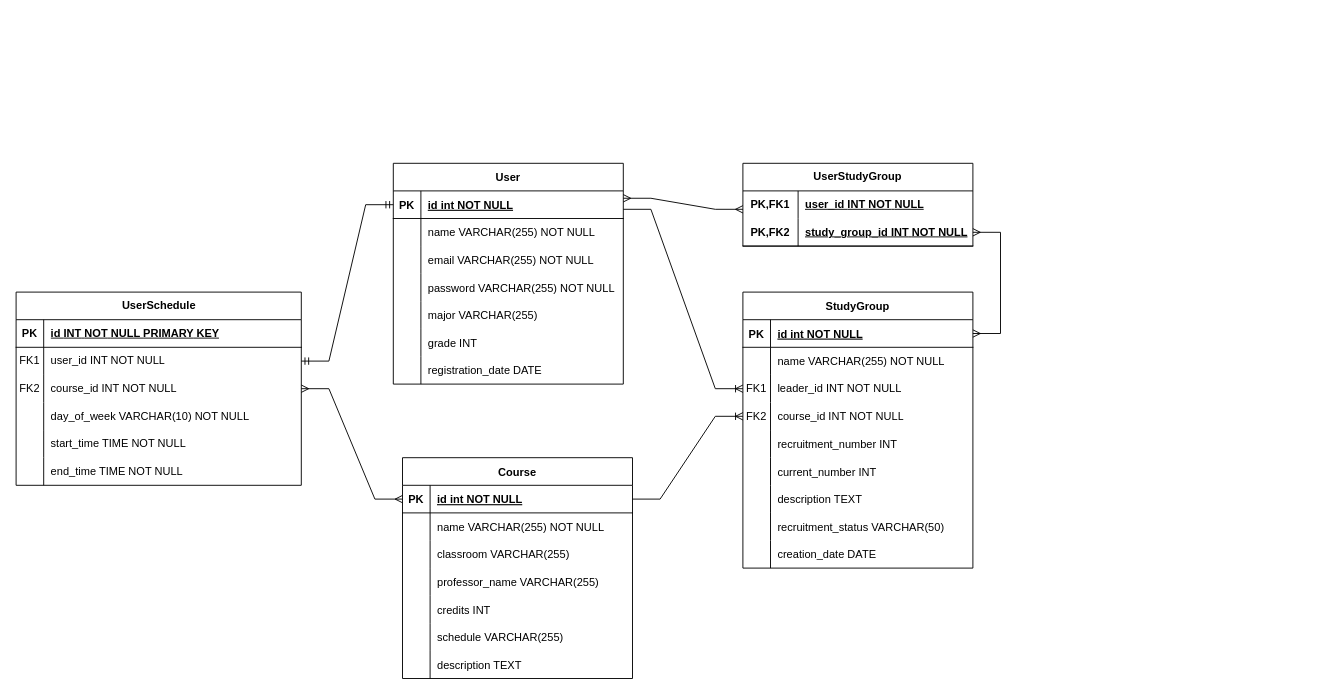
ittnw39/StudyThing keeps this draw.io diagram as demo/제목 없는 다이어그램.drawio. Above is the earlier version. Source tidied: cells renumbered, new cells numbered last; positions are measured from the earlier drawing's top-left corner, leaving out a move shared by most shapes. Both pictures are drawn from the tidied source at 92%, with x=0, y=0 at pixel (16, 163).
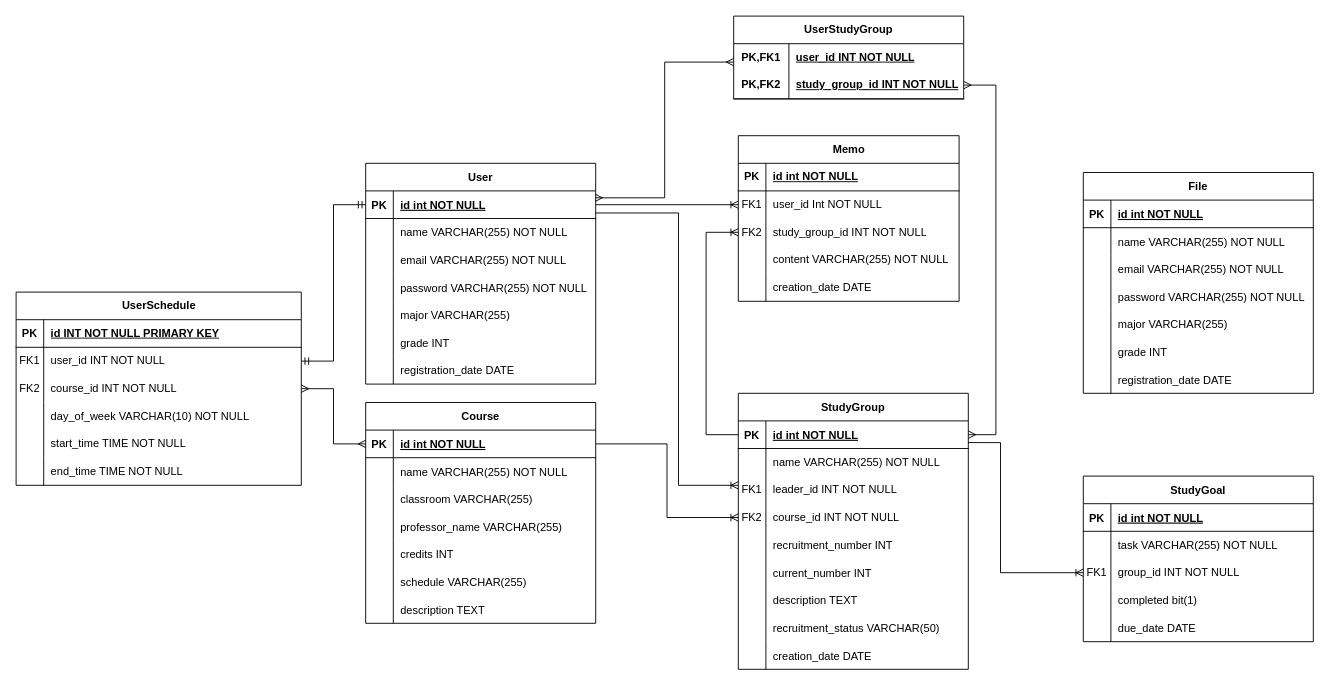
Above is the later version.

Commit message (it also covers changes not shown here):
제목 없는 다이어그램.drawio 업데이트

Unchanged cells that the change refers to:
```xml
<mxCell id="3" style="shape=partialRectangle;fillColor=none;points=[[0,0.5],[1,0.5]];portConstraint=eastwest;top=0;left=0;right=0;bottom=1;" parent="2" vertex="1">
  <mxGeometry y="30" width="250" height="30" as="geometry" />
</mxCell>
<mxCell id="25" style="shape=partialRectangle;fillColor=none;points=[[0,0.5],[1,0.5]];portConstraint=eastwest;top=0;left=0;right=0;bottom=1;" parent="24" vertex="1">
  <mxGeometry y="30" width="250" height="30" as="geometry" />
</mxCell>
<mxCell id="31" style="shape=tableRow;horizontal=0;startSize=0;swimlaneHead=0;swimlaneBody=0;fillColor=none;points=[[0,0.5],[1,0.5]];portConstraint=eastwest;top=0;left=0;right=0;bottom=0;" parent="24" vertex="1">
  <mxGeometry y="90" width="250" height="30" as="geometry" />
</mxCell>
<mxCell id="34" style="shape=tableRow;horizontal=0;startSize=0;swimlaneHead=0;swimlaneBody=0;fillColor=none;points=[[0,0.5],[1,0.5]];portConstraint=eastwest;top=0;left=0;right=0;bottom=0;" parent="24" vertex="1">
  <mxGeometry y="120" width="250" height="30" as="geometry" />
</mxCell>
<mxCell id="53" style="shape=partialRectangle;fillColor=none;points=[[0,0.5],[1,0.5]];portConstraint=eastwest;top=0;left=0;right=0;bottom=1;" parent="52" vertex="1">
  <mxGeometry y="30" width="250" height="30" as="geometry" />
</mxCell>
<mxCell id="78" style="shape=tableRow;horizontal=0;startSize=0;swimlaneHead=0;swimlaneBody=0;fillColor=none;points=[[0,0.5],[1,0.5]];portConstraint=eastwest;top=0;left=0;right=0;bottom=0;" parent="74" vertex="1">
  <mxGeometry y="60" width="310" height="30" as="geometry" />
</mxCell>
<mxCell id="81" style="shape=tableRow;horizontal=0;startSize=0;swimlaneHead=0;swimlaneBody=0;fillColor=none;points=[[0,0.5],[1,0.5]];portConstraint=eastwest;top=0;left=0;right=0;bottom=0;" parent="74" vertex="1">
  <mxGeometry y="90" width="310" height="30" as="geometry" />
</mxCell>
<mxCell id="94" style="shape=tableRow;horizontal=0;startSize=0;swimlaneHead=0;swimlaneBody=0;fillColor=none;points=[[0,0.5],[1,0.5]];portConstraint=eastwest;top=0;left=0;right=0;bottom=0;html=1;" parent="93" vertex="1">
  <mxGeometry y="30" width="250" height="30" as="geometry" />
</mxCell>
<mxCell id="97" style="shape=tableRow;horizontal=0;startSize=0;swimlaneHead=0;swimlaneBody=0;fillColor=none;points=[[0,0.5],[1,0.5]];portConstraint=eastwest;top=0;left=0;right=0;bottom=1;html=1;" parent="93" vertex="1">
  <mxGeometry y="60" width="250" height="30" as="geometry" />
</mxCell>
```

Diff of the diagram source:
```diff
@@
     <mxCell id="2" value="Course " style="shape=table;startSize=30;childLayout=tableLayout;rowLines=0;fontStyle=1;align=center;" parent="1" vertex="1">
-      <mxGeometry x="420" y="320" width="250" height="240" as="geometry" />
+      <mxGeometry x="380" y="260" width="250" height="240" as="geometry" />
     </mxCell>
@@
     <mxCell id="24" value="StudyGroup " style="shape=table;startSize=30;childLayout=tableLayout;rowLines=0;fontStyle=1;align=center;" parent="1" vertex="1">
-      <mxGeometry x="790" y="140" width="250" height="300" as="geometry" />
+      <mxGeometry x="785" y="250" width="250" height="300" as="geometry" />
     </mxCell>
@@
     <mxCell id="52" value="User" style="shape=table;startSize=30;childLayout=tableLayout;rowLines=0;fontStyle=1;align=center;" parent="1" vertex="1">
-      <mxGeometry x="410" width="250" height="240" as="geometry" />
+      <mxGeometry x="380" width="250" height="240" as="geometry" />
     </mxCell>
@@
     <mxCell id="93" value="UserStudyGroup " style="shape=table;startSize=30;childLayout=tableLayout;rowLines=0;fontStyle=1;align=center;html=1;whiteSpace=wrap;" parent="1" vertex="1">
-      <mxGeometry x="790" width="250" height="90" as="geometry" />
+      <mxGeometry x="780" y="-160" width="250" height="90" as="geometry" />
     </mxCell>
@@
-    <mxCell id="100" style="edgeStyle=entityRelationEdgeStyle;fontSize=12;html=1;endArrow=ERmandOne;startArrow=ERmandOne;rounded=0;" parent="1" edge="1" source="78" target="53">
+    <mxCell id="100" style="edgeStyle=orthogonalEdgeStyle;fontSize=12;html=1;endArrow=ERmandOne;startArrow=ERmandOne;rounded=0;" parent="1" edge="1" source="78" target="53">
       <mxGeometry relative="1" as="geometry" />
     </mxCell>
-    <mxCell id="101" style="edgeStyle=entityRelationEdgeStyle;fontSize=12;html=1;endArrow=ERmany;startArrow=ERmany;rounded=0;" parent="1" edge="1" source="81" target="3">
+    <mxCell id="101" style="fontSize=12;html=1;endArrow=ERmany;startArrow=ERmany;rounded=0;edgeStyle=orthogonalEdgeStyle;" parent="1" edge="1" source="81" target="3">
       <mxGeometry relative="1" as="geometry" />
     </mxCell>
-    <mxCell id="102" style="edgeStyle=entityRelationEdgeStyle;fontSize=12;html=1;endArrow=ERmany;startArrow=ERmany;rounded=0;entryX=0;entryY=0.667;entryDx=0;entryDy=0;entryPerimeter=0;" parent="1" edge="1" target="94">
-      <mxGeometry relative="1" as="geometry">
-        <mxPoint x="660" y="38" as="sourcePoint" />
-      </mxGeometry>
+    <mxCell id="102" style="edgeStyle=orthogonalEdgeStyle;fontSize=12;html=1;endArrow=ERmany;startArrow=ERmany;rounded=0;entryX=0;entryY=0.667;entryDx=0;entryDy=0;entryPerimeter=0;exitX=0.997;exitY=0.251;exitDx=0;exitDy=0;exitPerimeter=0;" parent="1" edge="1" source="53" target="94">
+      <mxGeometry relative="1" as="geometry" />
     </mxCell>
-    <mxCell id="103" style="edgeStyle=entityRelationEdgeStyle;fontSize=12;html=1;endArrow=ERmany;startArrow=ERmany;rounded=0;" parent="1" edge="1" source="25" target="97">
-      <mxGeometry relative="1" as="geometry" />
+    <mxCell id="103" style="edgeStyle=entityRelationEdgeStyle;fontSize=12;html=1;endArrow=ERmany;startArrow=ERmany;rounded=0;entryX=1;entryY=0.5;entryDx=0;entryDy=0;" parent="1" edge="1" source="25" target="97">
+      <mxGeometry relative="1" as="geometry">
+        <Array as="points">
+          <mxPoint x="910" y="375" />
+          <mxPoint x="1160" y="145" />
+        </Array>
+      </mxGeometry>
     </mxCell>
-    <mxCell id="104" style="edgeStyle=entityRelationEdgeStyle;fontSize=12;html=1;endArrow=ERoneToMany;rounded=0;" parent="1" edge="1" source="3" target="34">
+    <mxCell id="104" style="edgeStyle=orthogonalEdgeStyle;fontSize=12;html=1;endArrow=ERoneToMany;rounded=0;" parent="1" edge="1" source="3" target="34">
       <mxGeometry relative="1" as="geometry" />
     </mxCell>
-    <mxCell id="105" style="edgeStyle=entityRelationEdgeStyle;fontSize=12;html=1;endArrow=ERoneToMany;rounded=0;" parent="1" edge="1" target="31">
+    <mxCell id="105" style="edgeStyle=orthogonalEdgeStyle;fontSize=12;html=1;endArrow=ERoneToMany;rounded=0;" parent="1" edge="1" target="31">
       <mxGeometry relative="1" as="geometry">
-        <mxPoint x="660" y="50" as="sourcePoint" />
+        <mxPoint x="630" y="54" as="sourcePoint" />
+        <Array as="points">
+          <mxPoint x="720" y="54" />
+          <mxPoint x="720" y="350" />
+        </Array>
       </mxGeometry>
     </mxCell>
+    <mxCell id="106" value="Memo" style="shape=table;startSize=30;childLayout=tableLayout;rowLines=0;fontStyle=1;align=center;html=1;" parent="1" vertex="1">
+      <mxGeometry x="785" y="-30" width="240" height="180" as="geometry" />
+    </mxCell>
+    <mxCell id="107" style="shape=tableRow;horizontal=0;startSize=0;swimlaneHead=0;swimlaneBody=0;fillColor=none;top=0;left=0;right=0;bottom=1;" parent="106" vertex="1">
+      <mxGeometry y="30" width="240" height="30" as="geometry" />
+    </mxCell>
+    <mxCell id="108" value="PK" style="shape=partialRectangle;fillColor=none;top=0;left=0;bottom=0;right=0;fontStyle=1;overflow=hidden;whiteSpace=wrap;html=1;" parent="107" vertex="1">
+      <mxGeometry width="30" height="30" as="geometry" />
+    </mxCell>
+    <mxCell id="109" value="&lt;span style=&quot;text-wrap: nowrap;&quot;&gt;id int NOT NULL&lt;/span&gt;" style="shape=partialRectangle;fillColor=none;top=0;left=0;bottom=0;right=0;align=left;spacingLeft=6;fontStyle=5;overflow=hidden;whiteSpace=wrap;html=1;" parent="107" vertex="1">
+      <mxGeometry x="30" width="210" height="30" as="geometry" />
+    </mxCell>
+    <mxCell id="110" style="shape=tableRow;horizontal=0;startSize=0;swimlaneHead=0;swimlaneBody=0;fillColor=none;points=[[0,0.5],[1,0.5]];portConstraint=eastwest;top=0;left=0;right=0;bottom=0;" parent="106" vertex="1">
+      <mxGeometry y="60" width="240" height="30" as="geometry" />
+    </mxCell>
+    <mxCell id="111" value="FK1" style="shape=partialRectangle;fillColor=none;top=0;left=0;bottom=0;right=0;fontStyle=0;overflow=hidden;whiteSpace=wrap;html=1;" parent="110" vertex="1">
+      <mxGeometry width="30" height="30" as="geometry" />
+    </mxCell>
+    <mxCell id="112" value="user_id Int NOT NULL" style="shape=partialRectangle;fillColor=none;top=0;left=0;bottom=0;right=0;align=left;spacingLeft=6;fontStyle=0;overflow=hidden;whiteSpace=wrap;html=1;" parent="110" vertex="1">
+      <mxGeometry x="30" width="210" height="30" as="geometry" />
+    </mxCell>
+    <mxCell id="113" style="shape=tableRow;horizontal=0;startSize=0;swimlaneHead=0;swimlaneBody=0;fillColor=none;points=[[0,0.5],[1,0.5]];portConstraint=eastwest;top=0;left=0;right=0;bottom=0;" parent="106" vertex="1">
+      <mxGeometry y="90" width="240" height="30" as="geometry" />
+    </mxCell>
+    <mxCell id="114" value="FK2" style="shape=partialRectangle;fillColor=none;top=0;left=0;bottom=0;right=0;fontStyle=0;overflow=hidden;whiteSpace=wrap;html=1;" parent="113" vertex="1">
+      <mxGeometry width="30" height="30" as="geometry" />
+    </mxCell>
+    <mxCell id="115" value="study_group_id&amp;nbsp;&lt;span style=&quot;&quot; class=&quot;hljs-type&quot;&gt;INT&lt;/span&gt;&amp;nbsp;&lt;span style=&quot;&quot; class=&quot;hljs-keyword&quot;&gt;NOT&lt;/span&gt;&amp;nbsp;&lt;span style=&quot;&quot; class=&quot;hljs-keyword&quot;&gt;NULL&lt;/span&gt;" style="shape=partialRectangle;fillColor=none;top=0;left=0;bottom=0;right=0;align=left;spacingLeft=6;fontStyle=0;overflow=hidden;whiteSpace=wrap;html=1;" parent="113" vertex="1">
+      <mxGeometry x="30" width="210" height="30" as="geometry" />
+    </mxCell>
+    <mxCell id="116" style="shape=tableRow;horizontal=0;startSize=0;swimlaneHead=0;swimlaneBody=0;fillColor=none;top=0;left=0;right=0;bottom=0;" parent="106" vertex="1">
+      <mxGeometry y="120" width="240" height="30" as="geometry" />
+    </mxCell>
+    <mxCell id="117" style="shape=partialRectangle;fillColor=none;top=0;left=0;bottom=0;right=0;overflow=hidden;whiteSpace=wrap;html=1;" parent="116" vertex="1">
+      <mxGeometry width="30" height="30" as="geometry" />
+    </mxCell>
+    <mxCell id="118" value="&lt;span style=&quot;text-wrap: nowrap;&quot;&gt;content VARCHAR(255) NOT NULL&lt;/span&gt;" style="shape=partialRectangle;fillColor=none;top=0;left=0;bottom=0;right=0;align=left;spacingLeft=6;overflow=hidden;whiteSpace=wrap;html=1;" parent="116" vertex="1">
+      <mxGeometry x="30" width="210" height="30" as="geometry" />
+    </mxCell>
+    <mxCell id="119" style="shape=tableRow;horizontal=0;startSize=0;swimlaneHead=0;swimlaneBody=0;fillColor=none;top=0;left=0;right=0;bottom=0;" parent="106" vertex="1">
+      <mxGeometry y="150" width="240" height="30" as="geometry" />
+    </mxCell>
+    <mxCell id="120" style="shape=partialRectangle;fillColor=none;top=0;left=0;bottom=0;right=0;overflow=hidden;whiteSpace=wrap;html=1;" parent="119" vertex="1">
+      <mxGeometry width="30" height="30" as="geometry" />
+    </mxCell>
+    <mxCell id="121" value="&lt;span style=&quot;text-wrap: nowrap;&quot;&gt;creation_date DATE&lt;/span&gt;" style="shape=partialRectangle;fillColor=none;top=0;left=0;bottom=0;right=0;align=left;spacingLeft=6;overflow=hidden;whiteSpace=wrap;html=1;" parent="119" vertex="1">
+      <mxGeometry x="30" width="210" height="30" as="geometry" />
+    </mxCell>
+    <mxCell id="122" style="edgeStyle=orthogonalEdgeStyle;fontSize=12;html=1;endArrow=ERoneToMany;rounded=0;fontFamily=Helvetica;fontColor=default;fontStyle=0;exitX=1;exitY=0.5;exitDx=0;exitDy=0;entryX=0;entryY=0.5;entryDx=0;entryDy=0;" parent="1" edge="1" source="53" target="110">
+      <mxGeometry relative="1" as="geometry" />
+    </mxCell>
+    <mxCell id="123" style="fontSize=12;html=1;endArrow=ERoneToMany;rounded=0;fontFamily=Helvetica;fontColor=default;fontStyle=0;edgeStyle=orthogonalEdgeStyle;entryX=0;entryY=0.5;entryDx=0;entryDy=0;exitX=0;exitY=0.5;exitDx=0;exitDy=0;" parent="1" edge="1" source="25" target="113">
+      <mxGeometry relative="1" as="geometry">
+        <Array as="points">
+          <mxPoint x="750" y="295" />
+          <mxPoint x="750" y="75" />
+        </Array>
+      </mxGeometry>
+    </mxCell>
+    <mxCell id="124" value="StudyGoal" style="shape=table;startSize=30;childLayout=tableLayout;rowLines=0;fontStyle=1;align=center;" parent="1" vertex="1">
+      <mxGeometry x="1160" y="340" width="250" height="180" as="geometry" />
+    </mxCell>
+    <mxCell id="125" style="shape=partialRectangle;fillColor=none;top=0;left=0;right=0;bottom=1;" parent="124" vertex="1">
+      <mxGeometry y="30" width="250" height="30" as="geometry" />
+    </mxCell>
+    <mxCell id="126" value="PK" style="shape=partialRectangle;overflow=hidden;fillColor=none;top=0;left=0;bottom=0;right=0;fontStyle=1;" parent="125" vertex="1">
+      <mxGeometry width="30" height="30" as="geometry" />
+    </mxCell>
+    <mxCell id="127" value="id int NOT NULL" style="shape=partialRectangle;overflow=hidden;fillColor=none;top=0;left=0;bottom=0;right=0;align=left;spacingLeft=6;fontStyle=5;" parent="125" vertex="1">
+      <mxGeometry x="30" width="220" height="30" as="geometry" />
+    </mxCell>
+    <mxCell id="128" style="shape=partialRectangle;fillColor=none;top=0;left=0;right=0;bottom=0;" parent="124" vertex="1">
+      <mxGeometry y="60" width="250" height="30" as="geometry" />
+    </mxCell>
+    <mxCell id="129" style="shape=partialRectangle;overflow=hidden;fillColor=none;top=0;left=0;bottom=0;right=0;" parent="128" vertex="1">
+      <mxGeometry width="30" height="30" as="geometry" />
+    </mxCell>
+    <mxCell id="130" value="task VARCHAR(255) NOT NULL" style="shape=partialRectangle;overflow=hidden;fillColor=none;top=0;left=0;bottom=0;right=0;align=left;spacingLeft=6;" parent="128" vertex="1">
+      <mxGeometry x="30" width="220" height="30" as="geometry" />
+    </mxCell>
+    <mxCell id="131" style="shape=tableRow;horizontal=0;startSize=0;swimlaneHead=0;swimlaneBody=0;fillColor=none;points=[[0,0.5],[1,0.5]];portConstraint=eastwest;top=0;left=0;right=0;bottom=0;" parent="124" vertex="1">
+      <mxGeometry y="90" width="250" height="30" as="geometry" />
+    </mxCell>
+    <mxCell id="132" value="FK1" style="shape=partialRectangle;fillColor=none;top=0;left=0;bottom=0;right=0;fontStyle=0;overflow=hidden;whiteSpace=wrap;html=1;" parent="131" vertex="1">
+      <mxGeometry width="30" height="30" as="geometry" />
+    </mxCell>
+    <mxCell id="133" value="group_id&amp;nbsp;&lt;span class=&quot;hljs-type&quot;&gt;INT&lt;/span&gt;&amp;nbsp;&lt;span class=&quot;hljs-keyword&quot;&gt;NOT&lt;/span&gt;&amp;nbsp;&lt;span class=&quot;hljs-keyword&quot;&gt;NULL&lt;/span&gt;" style="shape=partialRectangle;fillColor=none;top=0;left=0;bottom=0;right=0;align=left;spacingLeft=6;fontStyle=0;overflow=hidden;whiteSpace=wrap;html=1;" parent="131" vertex="1">
+      <mxGeometry x="30" width="220" height="30" as="geometry" />
+    </mxCell>
+    <mxCell id="134" style="shape=tableRow;horizontal=0;startSize=0;swimlaneHead=0;swimlaneBody=0;fillColor=none;top=0;left=0;right=0;bottom=0;" parent="124" vertex="1">
+      <mxGeometry y="120" width="250" height="30" as="geometry" />
+    </mxCell>
+    <mxCell id="135" style="shape=partialRectangle;fillColor=none;top=0;left=0;bottom=0;right=0;overflow=hidden;" parent="134" vertex="1">
+      <mxGeometry width="30" height="30" as="geometry" />
+    </mxCell>
+    <mxCell id="136" value="completed bit(1)" style="shape=partialRectangle;fillColor=none;top=0;left=0;bottom=0;right=0;align=left;spacingLeft=6;overflow=hidden;" parent="134" vertex="1">
+      <mxGeometry x="30" width="220" height="30" as="geometry" />
+    </mxCell>
+    <mxCell id="137" style="shape=tableRow;horizontal=0;startSize=0;swimlaneHead=0;swimlaneBody=0;fillColor=none;top=0;left=0;right=0;bottom=0;" parent="124" vertex="1">
+      <mxGeometry y="150" width="250" height="30" as="geometry" />
+    </mxCell>
+    <mxCell id="138" style="shape=partialRectangle;fillColor=none;top=0;left=0;bottom=0;right=0;overflow=hidden;" parent="137" vertex="1">
+      <mxGeometry width="30" height="30" as="geometry" />
+    </mxCell>
+    <mxCell id="139" value="due_date DATE" style="shape=partialRectangle;fillColor=none;top=0;left=0;bottom=0;right=0;align=left;spacingLeft=6;overflow=hidden;" parent="137" vertex="1">
+      <mxGeometry x="30" width="220" height="30" as="geometry" />
+    </mxCell>
+    <mxCell id="140" style="edgeStyle=orthogonalEdgeStyle;fontSize=12;html=1;endArrow=ERoneToMany;rounded=0;fontFamily=Helvetica;fontColor=default;fontStyle=0;exitX=0.999;exitY=0.785;exitDx=0;exitDy=0;exitPerimeter=0;entryX=0;entryY=0.5;entryDx=0;entryDy=0;" parent="1" edge="1" source="25" target="131">
+      <mxGeometry relative="1" as="geometry">
+        <Array as="points">
+          <mxPoint x="1070" y="304" />
+          <mxPoint x="1070" y="445" />
+        </Array>
+      </mxGeometry>
+    </mxCell>
+    <mxCell id="141" value="File" style="shape=table;startSize=30;childLayout=tableLayout;rowLines=0;fontStyle=1;align=center;" parent="1" vertex="1">
+      <mxGeometry x="1160" y="10" width="250" height="240" as="geometry" />
+    </mxCell>
+    <mxCell id="142" style="shape=partialRectangle;fillColor=none;top=0;left=0;right=0;bottom=1;" parent="141" vertex="1">
+      <mxGeometry y="30" width="250" height="30" as="geometry" />
+    </mxCell>
+    <mxCell id="143" value="PK" style="shape=partialRectangle;overflow=hidden;fillColor=none;top=0;left=0;bottom=0;right=0;fontStyle=1;" parent="142" vertex="1">
+      <mxGeometry width="30" height="30" as="geometry" />
+    </mxCell>
+    <mxCell id="144" value="id int NOT NULL " style="shape=partialRectangle;overflow=hidden;fillColor=none;top=0;left=0;bottom=0;right=0;align=left;spacingLeft=6;fontStyle=5;" parent="142" vertex="1">
+      <mxGeometry x="30" width="220" height="30" as="geometry" />
+    </mxCell>
+    <mxCell id="145" style="shape=partialRectangle;fillColor=none;top=0;left=0;right=0;bottom=0;" parent="141" vertex="1">
+      <mxGeometry y="60" width="250" height="30" as="geometry" />
+    </mxCell>
+    <mxCell id="146" style="shape=partialRectangle;overflow=hidden;fillColor=none;top=0;left=0;bottom=0;right=0;" parent="145" vertex="1">
+      <mxGeometry width="30" height="30" as="geometry" />
+    </mxCell>
+    <mxCell id="147" value="name VARCHAR(255) NOT NULL" style="shape=partialRectangle;overflow=hidden;fillColor=none;top=0;left=0;bottom=0;right=0;align=left;spacingLeft=6;" parent="145" vertex="1">
+      <mxGeometry x="30" width="220" height="30" as="geometry" />
+    </mxCell>
+    <mxCell id="148" style="shape=tableRow;horizontal=0;startSize=0;swimlaneHead=0;swimlaneBody=0;fillColor=none;top=0;left=0;right=0;bottom=0;" parent="141" vertex="1">
+      <mxGeometry y="90" width="250" height="30" as="geometry" />
+    </mxCell>
+    <mxCell id="149" style="shape=partialRectangle;fillColor=none;top=0;left=0;bottom=0;right=0;overflow=hidden;" parent="148" vertex="1">
+      <mxGeometry width="30" height="30" as="geometry" />
+    </mxCell>
+    <mxCell id="150" value="email VARCHAR(255) NOT NULL" style="shape=partialRectangle;fillColor=none;top=0;left=0;bottom=0;right=0;align=left;spacingLeft=6;overflow=hidden;" parent="148" vertex="1">
+      <mxGeometry x="30" width="220" height="30" as="geometry" />
+    </mxCell>
+    <mxCell id="151" style="shape=tableRow;horizontal=0;startSize=0;swimlaneHead=0;swimlaneBody=0;fillColor=none;top=0;left=0;right=0;bottom=0;" parent="141" vertex="1">
+      <mxGeometry y="120" width="250" height="30" as="geometry" />
+    </mxCell>
+    <mxCell id="152" style="shape=partialRectangle;fillColor=none;top=0;left=0;bottom=0;right=0;overflow=hidden;" parent="151" vertex="1">
+      <mxGeometry width="30" height="30" as="geometry" />
+    </mxCell>
+    <mxCell id="153" value="password VARCHAR(255) NOT NULL" style="shape=partialRectangle;fillColor=none;top=0;left=0;bottom=0;right=0;align=left;spacingLeft=6;overflow=hidden;" parent="151" vertex="1">
+      <mxGeometry x="30" width="220" height="30" as="geometry" />
+    </mxCell>
+    <mxCell id="154" style="shape=tableRow;horizontal=0;startSize=0;swimlaneHead=0;swimlaneBody=0;fillColor=none;top=0;left=0;right=0;bottom=0;" parent="141" vertex="1">
+      <mxGeometry y="150" width="250" height="30" as="geometry" />
+    </mxCell>
+    <mxCell id="155" style="shape=partialRectangle;fillColor=none;top=0;left=0;bottom=0;right=0;overflow=hidden;" parent="154" vertex="1">
+      <mxGeometry width="30" height="30" as="geometry" />
+    </mxCell>
+    <mxCell id="156" value="major VARCHAR(255)" style="shape=partialRectangle;fillColor=none;top=0;left=0;bottom=0;right=0;align=left;spacingLeft=6;overflow=hidden;" parent="154" vertex="1">
+      <mxGeometry x="30" width="220" height="30" as="geometry" />
+    </mxCell>
+    <mxCell id="157" style="shape=tableRow;horizontal=0;startSize=0;swimlaneHead=0;swimlaneBody=0;fillColor=none;top=0;left=0;right=0;bottom=0;" parent="141" vertex="1">
+      <mxGeometry y="180" width="250" height="30" as="geometry" />
+    </mxCell>
+    <mxCell id="158" style="shape=partialRectangle;fillColor=none;top=0;left=0;bottom=0;right=0;overflow=hidden;" parent="157" vertex="1">
+      <mxGeometry width="30" height="30" as="geometry" />
+    </mxCell>
+    <mxCell id="159" value="grade INT" style="shape=partialRectangle;fillColor=none;top=0;left=0;bottom=0;right=0;align=left;spacingLeft=6;overflow=hidden;" parent="157" vertex="1">
+      <mxGeometry x="30" width="220" height="30" as="geometry" />
+    </mxCell>
+    <mxCell id="160" style="shape=tableRow;horizontal=0;startSize=0;swimlaneHead=0;swimlaneBody=0;fillColor=none;top=0;left=0;right=0;bottom=0;" parent="141" vertex="1">
+      <mxGeometry y="210" width="250" height="30" as="geometry" />
+    </mxCell>
+    <mxCell id="161" style="shape=partialRectangle;fillColor=none;top=0;left=0;bottom=0;right=0;overflow=hidden;" parent="160" vertex="1">
+      <mxGeometry width="30" height="30" as="geometry" />
+    </mxCell>
+    <mxCell id="162" value="registration_date DATE" style="shape=partialRectangle;fillColor=none;top=0;left=0;bottom=0;right=0;align=left;spacingLeft=6;overflow=hidden;" parent="160" vertex="1">
+      <mxGeometry x="30" width="220" height="30" as="geometry" />
+    </mxCell>
```
